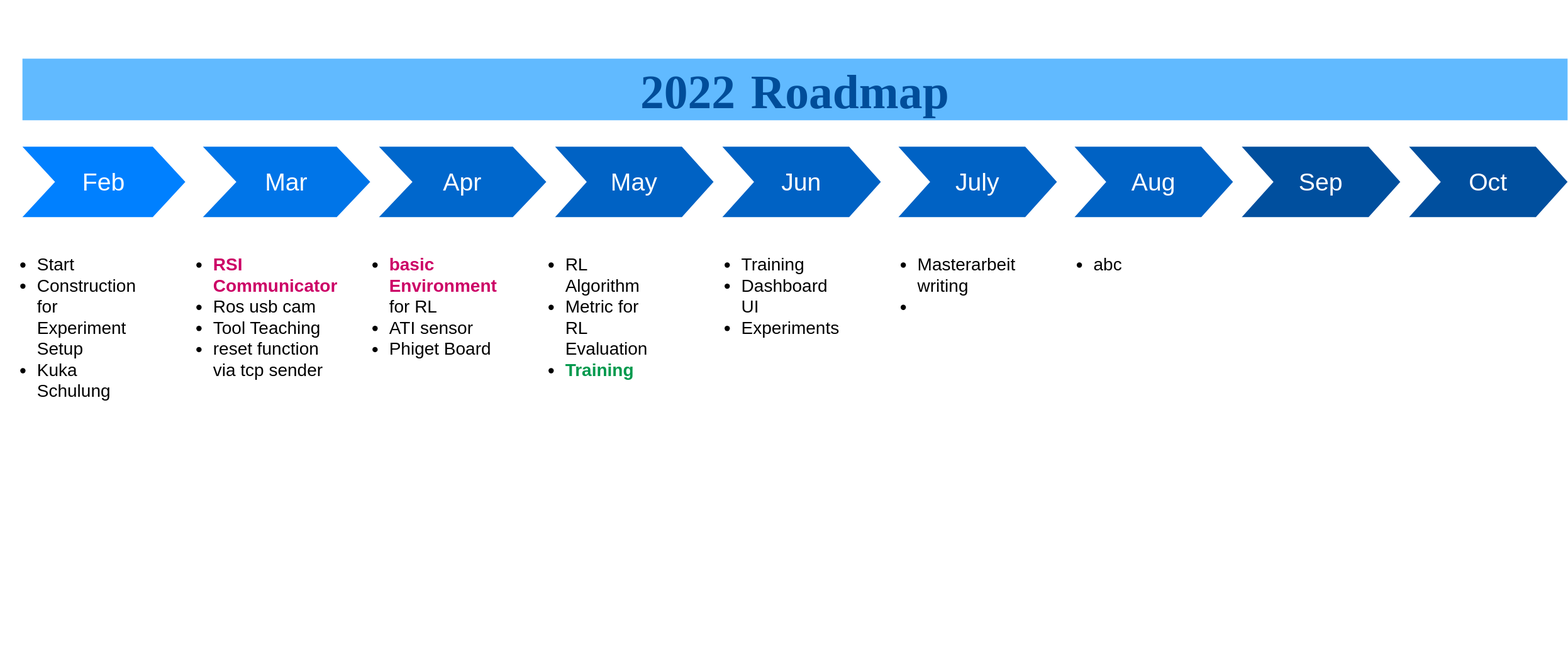
Earlier version of the draw.io export Roadmap.svg (TONiiV/flowcharts). Source tidied: cells renumbered, new cells last; positions are measured from the earlier drawing's top-left corner, leaving out a move shared by most shapes.
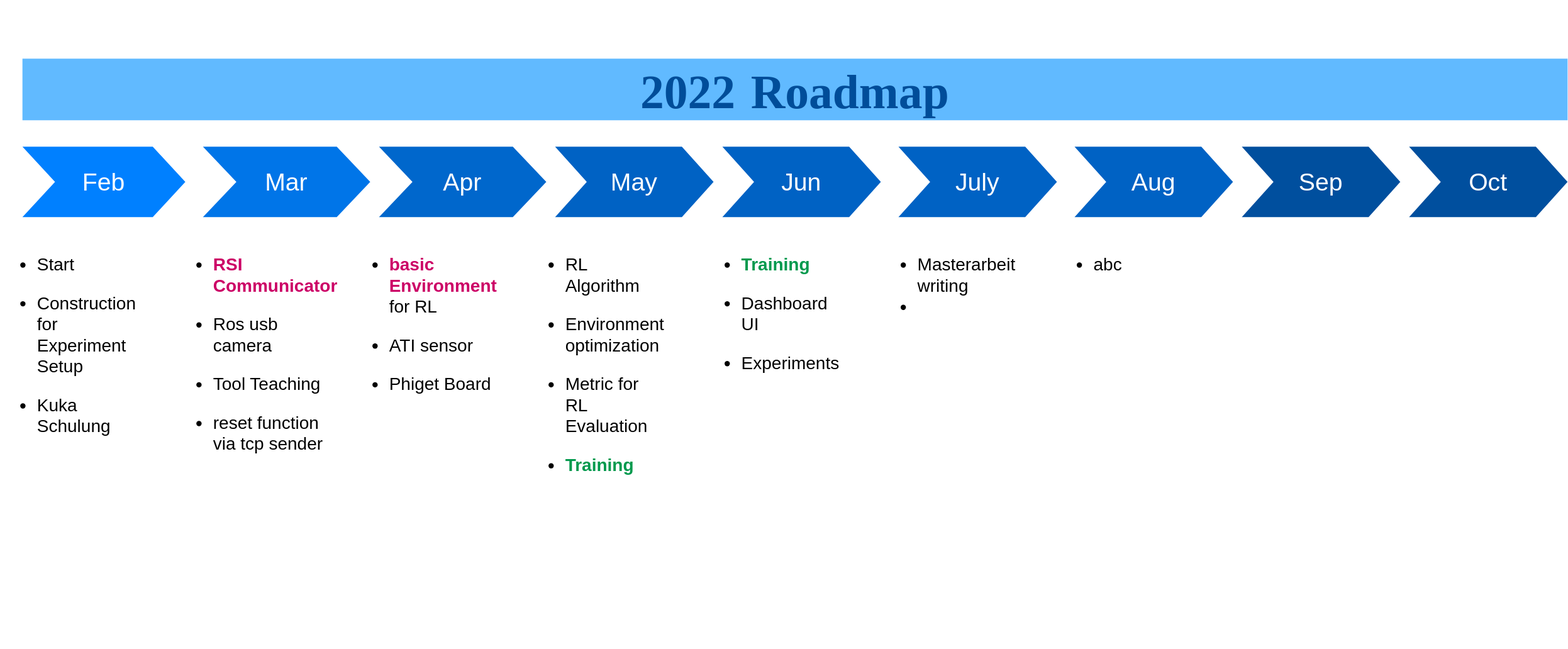
After the change.

Diff of the diagram source:
```diff
@@ -17,19 +17,19 @@
     <mxCell id="6" value="&lt;h3&gt;&lt;font style=&quot;font-size: 54px&quot; face=&quot;Verdana&quot;&gt;2022&lt;/font&gt; &lt;font style=&quot;font-size: 54px&quot; face=&quot;Verdana&quot;&gt;Roadmap &lt;/font&gt;&lt;br&gt;&lt;/h3&gt;" style="text;html=1;strokeColor=none;fillColor=#61BAFF;align=center;verticalAlign=middle;whiteSpace=wrap;fontSize=54;fontStyle=1;fontColor=#004D99;" parent="1" vertex="1">
       <mxGeometry x="25" width="1755" height="70" as="geometry" />
     </mxCell>
-    <mxCell id="7" value="&lt;ul style=&quot;font-size: 20px&quot;&gt;&lt;li&gt;Start&lt;/li&gt;&lt;li&gt;Construction for Experiment Setup&lt;/li&gt;&lt;li&gt;Kuka Schulung&lt;br&gt;&lt;/li&gt;&lt;/ul&gt;" style="text;spacingTop=-5;fillColor=#ffffff;whiteSpace=wrap;html=1;align=left;fontSize=12;fontFamily=Helvetica;fillColor=none;strokeColor=none;" parent="1" vertex="1">
+    <mxCell id="7" value="&lt;ul style=&quot;font-size: 20px&quot;&gt;&lt;li&gt;Start&lt;/li&gt;&lt;/ul&gt;&lt;ul style=&quot;font-size: 20px&quot;&gt;&lt;li&gt;Construction for Experiment Setup&lt;/li&gt;&lt;/ul&gt;&lt;ul style=&quot;font-size: 20px&quot;&gt;&lt;li&gt;Kuka Schulung&lt;br&gt;&lt;/li&gt;&lt;/ul&gt;" style="text;spacingTop=-5;fillColor=#ffffff;whiteSpace=wrap;html=1;align=left;fontSize=12;fontFamily=Helvetica;fillColor=none;strokeColor=none;" parent="1" vertex="1">
       <mxGeometry y="200" width="140" height="470" as="geometry" />
     </mxCell>
-    <mxCell id="8" value="&lt;ul style=&quot;font-size: 20px&quot;&gt;&lt;li&gt;&lt;font color=&quot;#CC0066&quot;&gt;&lt;b&gt;RSI Communicator&lt;/b&gt;&lt;/font&gt;&lt;/li&gt;&lt;li&gt;Ros usb cam&lt;/li&gt;&lt;li&gt;Tool Teaching&lt;/li&gt;&lt;li&gt;reset function via tcp sender&lt;br&gt;&lt;/li&gt;&lt;/ul&gt;" style="text;spacingTop=-5;fillColor=#ffffff;whiteSpace=wrap;html=1;align=left;fontSize=12;fontFamily=Helvetica;fillColor=none;strokeColor=none;" parent="1" vertex="1">
+    <mxCell id="8" value="&lt;ul style=&quot;font-size: 20px&quot;&gt;&lt;li&gt;&lt;font color=&quot;#CC0066&quot;&gt;&lt;b&gt;RSI Communicator&lt;/b&gt;&lt;/font&gt;&lt;/li&gt;&lt;/ul&gt;&lt;ul style=&quot;font-size: 20px&quot;&gt;&lt;li&gt;Ros usb camera&lt;/li&gt;&lt;/ul&gt;&lt;ul style=&quot;font-size: 20px&quot;&gt;&lt;li&gt;Tool Teaching&lt;/li&gt;&lt;/ul&gt;&lt;ul style=&quot;font-size: 20px&quot;&gt;&lt;li&gt;reset function via tcp sender&lt;br&gt;&lt;/li&gt;&lt;/ul&gt;" style="text;spacingTop=-5;fillColor=#ffffff;whiteSpace=wrap;html=1;align=left;fontSize=12;fontFamily=Helvetica;fillColor=none;strokeColor=none;" parent="1" vertex="1">
       <mxGeometry x="200" y="200" width="140" height="470" as="geometry" />
     </mxCell>
-    <mxCell id="9" value="&lt;ul style=&quot;font-size: 20px&quot;&gt;&lt;li&gt;&lt;font color=&quot;#CC0066&quot;&gt;&lt;b&gt;basic Environment&lt;/b&gt;&lt;/font&gt; for RL&lt;/li&gt;&lt;li&gt;ATI sensor&lt;/li&gt;&lt;li&gt;Phiget Board&lt;br&gt;&lt;/li&gt;&lt;/ul&gt;" style="text;spacingTop=-5;fillColor=#ffffff;whiteSpace=wrap;html=1;align=left;fontSize=12;fontFamily=Helvetica;fillColor=none;strokeColor=none;" parent="1" vertex="1">
+    <mxCell id="9" value="&lt;ul style=&quot;font-size: 20px&quot;&gt;&lt;li&gt;&lt;font color=&quot;#CC0066&quot;&gt;&lt;b&gt;basic Environment&lt;/b&gt;&lt;/font&gt; for RL&lt;/li&gt;&lt;/ul&gt;&lt;ul style=&quot;font-size: 20px&quot;&gt;&lt;li&gt;ATI sensor&lt;/li&gt;&lt;/ul&gt;&lt;ul style=&quot;font-size: 20px&quot;&gt;&lt;li&gt;Phiget Board&lt;br&gt;&lt;/li&gt;&lt;/ul&gt;" style="text;spacingTop=-5;fillColor=#ffffff;whiteSpace=wrap;html=1;align=left;fontSize=12;fontFamily=Helvetica;fillColor=none;strokeColor=none;" parent="1" vertex="1">
       <mxGeometry x="400" y="200" width="140" height="470" as="geometry" />
     </mxCell>
-    <mxCell id="10" value="&lt;ul style=&quot;font-size: 20px&quot;&gt;&lt;li&gt;RL Algorithm&lt;/li&gt;&lt;li&gt;Metric for RL Evaluation&lt;/li&gt;&lt;li&gt;&lt;font color=&quot;#00994D&quot;&gt;&lt;b&gt;Training&lt;/b&gt;&lt;/font&gt;&lt;br&gt;&lt;/li&gt;&lt;/ul&gt;" style="text;spacingTop=-5;fillColor=#ffffff;whiteSpace=wrap;html=1;align=left;fontSize=12;fontFamily=Helvetica;fillColor=none;strokeColor=none;" parent="1" vertex="1">
+    <mxCell id="10" value="&lt;ul style=&quot;font-size: 20px&quot;&gt;&lt;li&gt;RL Algorithm&lt;/li&gt;&lt;/ul&gt;&lt;ul style=&quot;font-size: 20px&quot;&gt;&lt;li&gt;Environment optimization&lt;/li&gt;&lt;/ul&gt;&lt;ul style=&quot;font-size: 20px&quot;&gt;&lt;li&gt;Metric for RL Evaluation&lt;/li&gt;&lt;/ul&gt;&lt;ul style=&quot;font-size: 20px&quot;&gt;&lt;li&gt;&lt;font color=&quot;#00994D&quot;&gt;&lt;b&gt;Training&lt;/b&gt;&lt;/font&gt;&lt;br&gt;&lt;/li&gt;&lt;/ul&gt;" style="text;spacingTop=-5;fillColor=#ffffff;whiteSpace=wrap;html=1;align=left;fontSize=12;fontFamily=Helvetica;fillColor=none;strokeColor=none;" parent="1" vertex="1">
       <mxGeometry x="600" y="200" width="140" height="470" as="geometry" />
     </mxCell>
-    <mxCell id="11" value="&lt;ul style=&quot;font-size: 20px&quot;&gt;&lt;li&gt;Training&lt;/li&gt;&lt;li&gt;Dashboard UI&lt;/li&gt;&lt;li&gt;Experiments&lt;br&gt;&lt;/li&gt;&lt;/ul&gt;" style="text;spacingTop=-5;fillColor=#ffffff;whiteSpace=wrap;html=1;align=left;fontSize=12;fontFamily=Helvetica;fillColor=none;strokeColor=none;" parent="1" vertex="1">
+    <mxCell id="11" value="&lt;ul style=&quot;font-size: 20px&quot;&gt;&lt;li&gt;&lt;font color=&quot;#00994D&quot;&gt;&lt;b&gt;Training&lt;/b&gt;&lt;/font&gt;&lt;/li&gt;&lt;/ul&gt;&lt;ul style=&quot;font-size: 20px&quot;&gt;&lt;li&gt;Dashboard UI&lt;/li&gt;&lt;/ul&gt;&lt;ul style=&quot;font-size: 20px&quot;&gt;&lt;li&gt;Experiments&lt;br&gt;&lt;/li&gt;&lt;/ul&gt;" style="text;spacingTop=-5;fillColor=#ffffff;whiteSpace=wrap;html=1;align=left;fontSize=12;fontFamily=Helvetica;fillColor=none;strokeColor=none;" parent="1" vertex="1">
       <mxGeometry x="800" y="200" width="140" height="470" as="geometry" />
     </mxCell>
     <mxCell id="12" value="&lt;ul style=&quot;font-size: 20px&quot;&gt;&lt;li&gt;abc&lt;/li&gt;&lt;/ul&gt;" style="text;spacingTop=-5;fillColor=#ffffff;whiteSpace=wrap;html=1;align=left;fontSize=12;fontFamily=Helvetica;fillColor=none;strokeColor=none;" parent="1" vertex="1">
```
